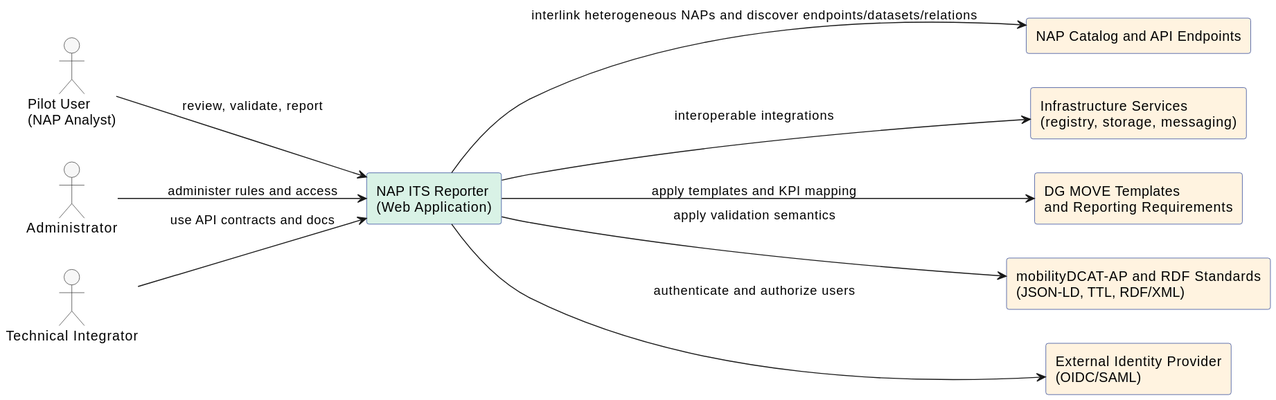
UM-KGPI/Napcore-ITS-Reporting keeps this PlantUML diagram as docs/architecture/svg/system-context.svg. Above is the earlier version.
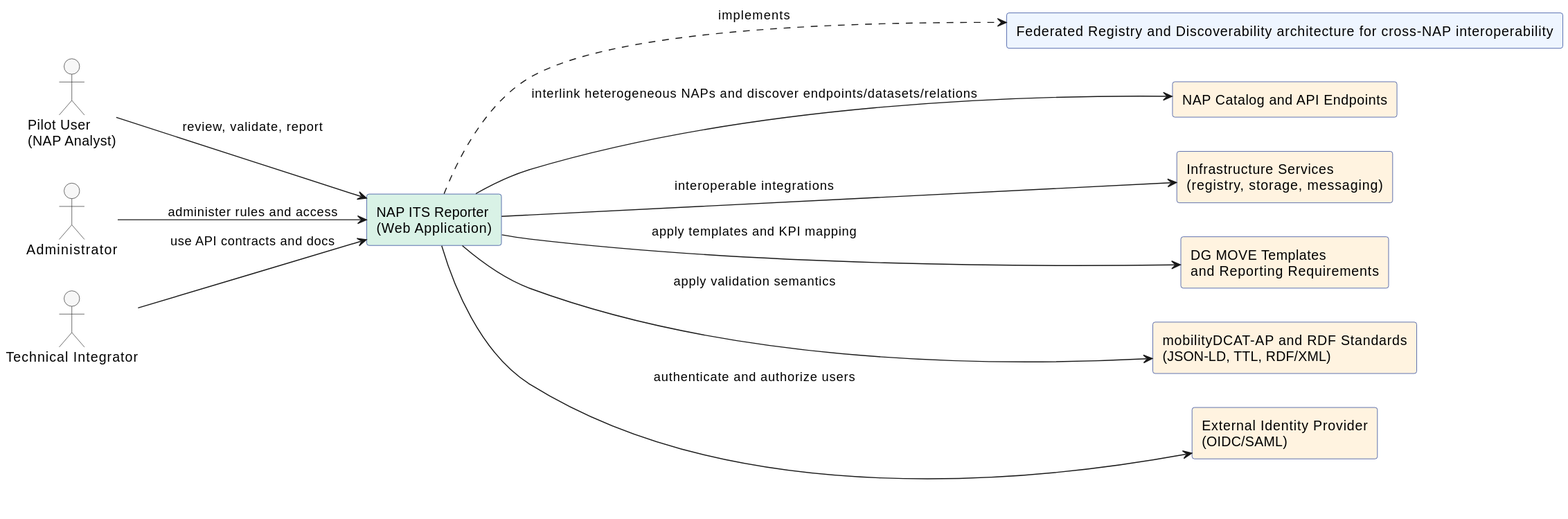
After the commit.

Commit message:
Standardize Federated Registry and Discoverability term across C4 and API docs

Change to the diagram source:
```diff
@@ -18,6 +18,7 @@
 actor "Technical Integrator" as U3
 
 rectangle "NAP ITS Reporter\n(Web Application)" as APP #d9f2e6
+rectangle "Federated Registry and Discoverability architecture for cross-NAP interoperability" as PATTERN #eef5ff
 
 rectangle "NAP Catalog and API Endpoints" as NAP #fff3e0
 rectangle "Infrastructure Services\n(registry, storage, messaging)" as INFRA #fff3e0
@@ -28,6 +29,7 @@
 U1 --> APP : review, validate, report
 U2 --> APP : administer rules and access
 U3 --> APP : use API contracts and docs
+APP ..> PATTERN : implements
 
 APP --> NAP : interlink heterogeneous NAPs and discover endpoints/datasets/relations
 APP --> INFRA : interoperable integrations
```
